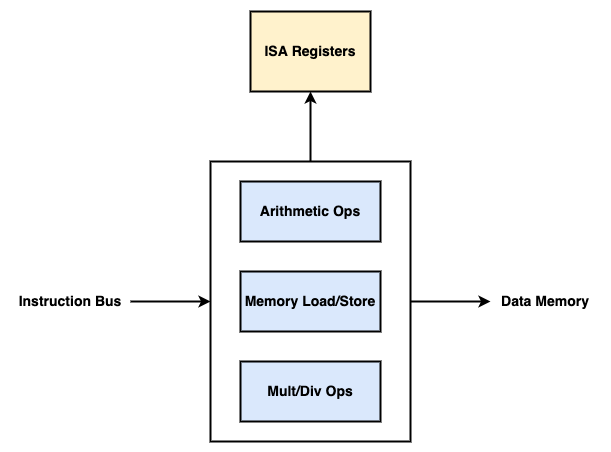
This is doc/assets/processing.png from dpretet/friscv, a draw.io export, as it was before one commit. Source tidied: cells renumbered, new cells last; positions are measured from the earlier drawing's top-left corner, leaving out a move shared by most shapes.
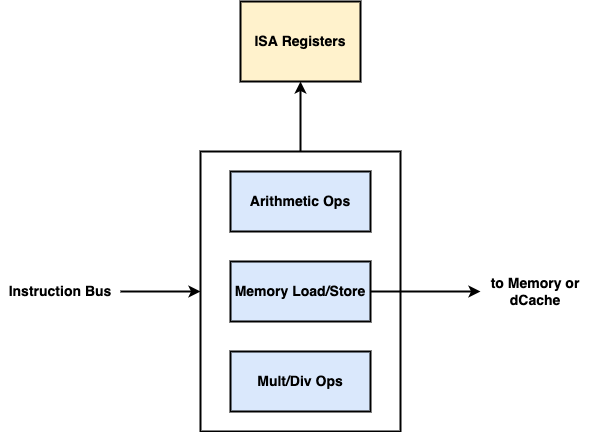
After the commit.

Commit message:
Doc: add details for dCache

The edit, as a diff of the source:
```diff
@@ -2,28 +2,28 @@
   <root>
     <mxCell id="0" />
     <mxCell id="1" parent="0" />
-    <mxCell id="2" style="edgeStyle=orthogonalEdgeStyle;rounded=0;jettySize=auto;html=1;exitX=1;exitY=0.5;exitDx=0;exitDy=0;startArrow=none;startFill=0;fontSize=14;entryX=0;entryY=0.5;entryDx=0;entryDy=0;strokeWidth=2;" parent="1" edge="1" source="4" target="9">
+    <mxCell id="2" style="edgeStyle=orthogonalEdgeStyle;rounded=0;jettySize=auto;html=1;exitX=0.5;exitY=0;exitDx=0;exitDy=0;startArrow=none;startFill=0;fontSize=14;entryX=0.5;entryY=1;entryDx=0;entryDy=0;strokeWidth=2;" parent="1" edge="1" source="3" target="8">
       <mxGeometry relative="1" as="geometry" />
     </mxCell>
-    <mxCell id="3" style="edgeStyle=orthogonalEdgeStyle;rounded=0;jettySize=auto;html=1;exitX=0.5;exitY=0;exitDx=0;exitDy=0;startArrow=none;startFill=0;fontSize=14;entryX=0.5;entryY=1;entryDx=0;entryDy=0;strokeWidth=2;" parent="1" edge="1" source="4" target="8">
-      <mxGeometry relative="1" as="geometry" />
+    <mxCell id="3" style="rounded=0;whiteSpace=wrap;html=1;fontSize=14;strokeWidth=2;" parent="1" vertex="1">
+      <mxGeometry x="200" y="150" width="200" height="280" as="geometry" />
     </mxCell>
-    <mxCell id="4" style="rounded=0;whiteSpace=wrap;html=1;fontSize=14;strokeWidth=2;" parent="1" vertex="1">
-      <mxGeometry x="200" y="150" width="200" height="280" as="geometry" />
+    <mxCell id="4" value="Arithmetic Ops" style="rounded=0;whiteSpace=wrap;html=1;fontSize=14;align=center;fillColor=#dae8fc;strokeWidth=2;fontStyle=1;" parent="1" vertex="1">
+      <mxGeometry x="230" y="170" width="140" height="60" as="geometry" />
     </mxCell>
-    <mxCell id="5" value="Arithmetic Ops" style="rounded=0;whiteSpace=wrap;html=1;fontSize=14;align=center;fillColor=#dae8fc;strokeWidth=2;fontStyle=1;" parent="1" vertex="1">
-      <mxGeometry x="230" y="170" width="140" height="60" as="geometry" />
+    <mxCell id="5" style="edgeStyle=orthogonalEdgeStyle;rounded=0;jettySize=auto;html=1;exitX=1;exitY=0.5;exitDx=0;exitDy=0;startArrow=none;startFill=0;fontSize=14;entryX=0;entryY=0.5;entryDx=0;entryDy=0;strokeWidth=2;" parent="1" edge="1" source="6" target="9">
+      <mxGeometry relative="1" as="geometry" />
     </mxCell>
     <mxCell id="6" value="Memory Load/Store" style="rounded=0;whiteSpace=wrap;html=1;fontSize=14;align=center;fillColor=#dae8fc;strokeWidth=2;fontStyle=1;" parent="1" vertex="1">
       <mxGeometry x="230" y="260" width="140" height="60" as="geometry" />
     </mxCell>
-    <mxCell id="7" style="edgeStyle=orthogonalEdgeStyle;rounded=0;jettySize=auto;html=1;startArrow=none;startFill=0;fontSize=14;entryX=0;entryY=0.5;entryDx=0;entryDy=0;strokeWidth=2;" parent="1" edge="1" source="10" target="4">
+    <mxCell id="7" style="edgeStyle=orthogonalEdgeStyle;rounded=0;jettySize=auto;html=1;startArrow=none;startFill=0;fontSize=14;entryX=0;entryY=0.5;entryDx=0;entryDy=0;strokeWidth=2;" parent="1" edge="1" source="10" target="3">
       <mxGeometry relative="1" as="geometry" />
     </mxCell>
     <mxCell id="8" value="ISA Registers" style="text;html=1;fillColor=#fff2cc;align=center;verticalAlign=middle;whiteSpace=wrap;rounded=0;fontSize=14;fontStyle=1;strokeColor=#000000;strokeWidth=2;" parent="1" vertex="1">
       <mxGeometry x="240" width="120" height="80" as="geometry" />
     </mxCell>
-    <mxCell id="9" value="Data Memory" style="text;html=1;strokeColor=none;fillColor=none;align=center;verticalAlign=middle;whiteSpace=wrap;rounded=0;fontSize=14;fontStyle=1;" parent="1" vertex="1">
+    <mxCell id="9" value="to Memory or dCache" style="text;html=1;strokeColor=none;fillColor=none;align=center;verticalAlign=middle;whiteSpace=wrap;rounded=0;fontSize=14;fontStyle=1;" parent="1" vertex="1">
       <mxGeometry x="480" y="280" width="110" height="20" as="geometry" />
     </mxCell>
     <mxCell id="10" value="Instruction Bus" style="text;html=1;strokeColor=none;fillColor=none;align=center;verticalAlign=middle;whiteSpace=wrap;rounded=0;fontSize=14;fontStyle=1;" parent="1" vertex="1">
```
